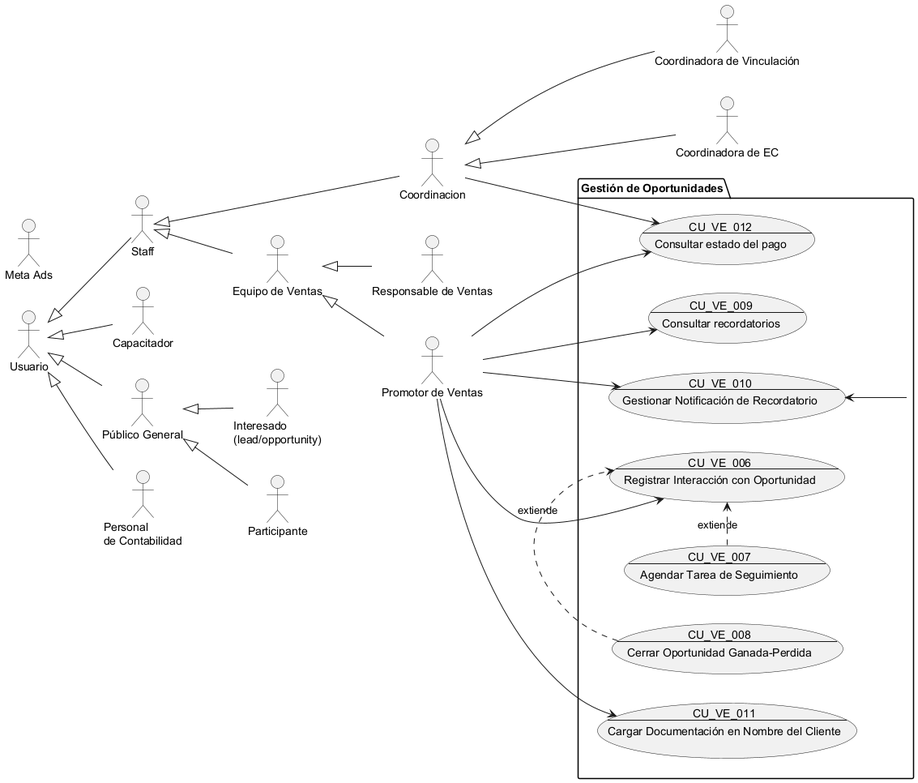
Earlier version of the PlantUML export Docs/Requerimientos/Diagramas/img/Gestión de Oportunidades.png (Proyectos-Vinculacion-FMAT/ECFCA).
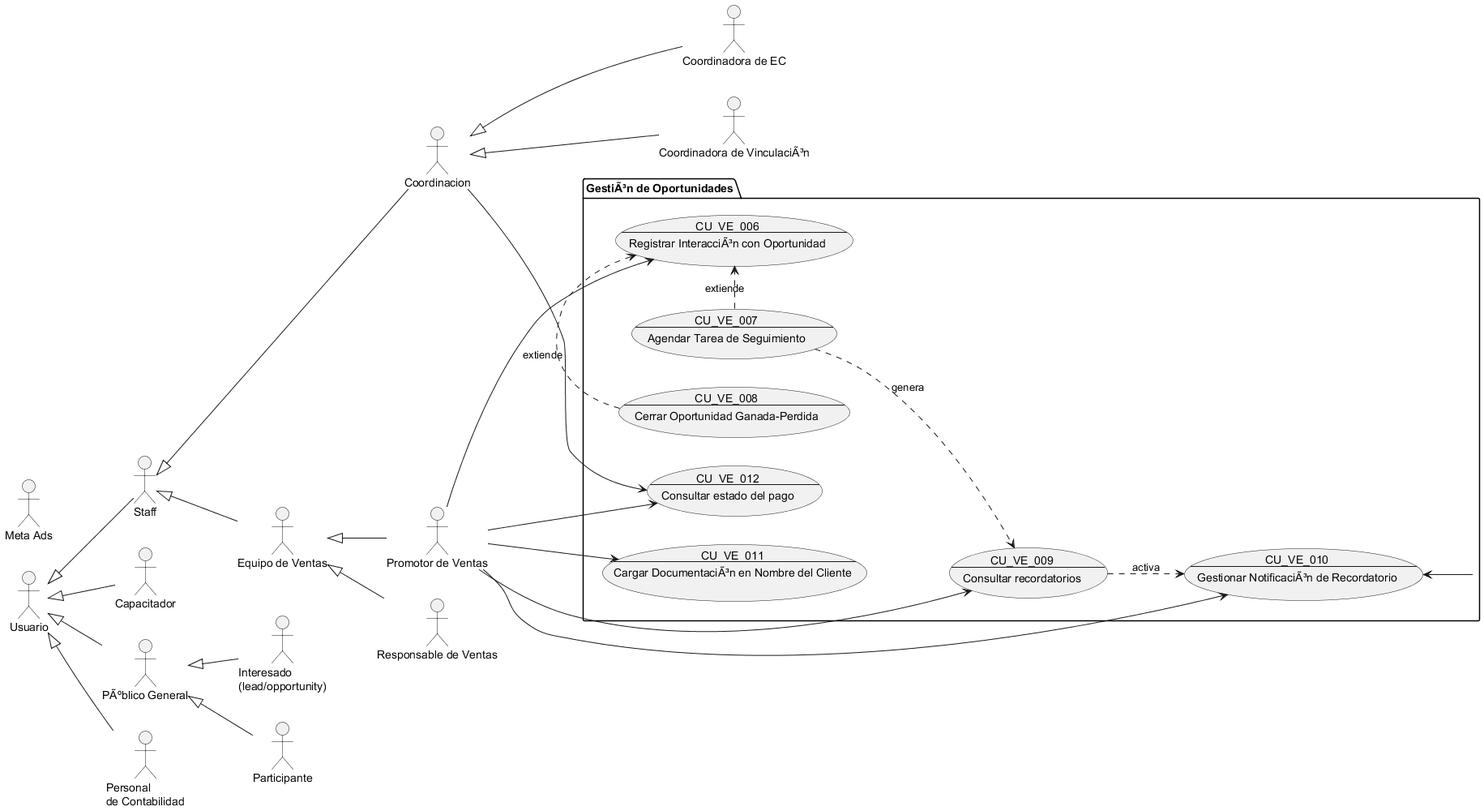
The same file after the commit.

The edit, as a diff of the source:
```diff
@@ -1,16 +1,26 @@
-@startuml Gestión de Oportunidades
+@startuml GestiÃ³n de Oportunidades
 
 !include Actores.puml
 
-package "Gestión de Oportunidades" {
+package "GestiÃ³n de Oportunidades" {
     usecase CU_VE_006 as "
     CU_VE_006
     ---
-    Registrar Interacción con Oportunidad"
+    Registrar InteracciÃ³n con Oportunidad"
+
     usecase CU_VE_007 as "
     CU_VE_007
     ---
     Agendar Tarea de Seguimiento"
+    usecase CU_VE_009 as "
+    CU_VE_009
+    ---
+    Consultar recordatorios"
+    usecase CU_VE_010 as "
+    CU_VE_010
+    ---
+    Gestionar NotificaciÃ³n de Recordatorio"
+
     usecase CU_VE_008 as "
     CU_VE_008
     ---
@@ -18,36 +28,26 @@
     usecase CU_VE_011 as "
     CU_VE_011
     ---
-    Cargar Documentación en Nombre del Cliente"
+    Cargar DocumentaciÃ³n en Nombre del Cliente"
     usecase CU_VE_012 as "
     CU_VE_012
     ---
     Consultar estado del pago"
-
-    usecase CU_VE_009 as "
-    CU_VE_009
-    ---
-    Consultar recordatorios"
-    usecase CU_VE_010 as "
-    CU_VE_010
-    ---
-    Gestionar Notificación de Recordatorio"
 }
 
-
-
 promotor_ventas --> CU_VE_006
-
-
 promotor_ventas --> CU_VE_011
 promotor_ventas --> CU_VE_012
+promotor_ventas --> CU_VE_009
+promotor_ventas --> CU_VE_010
+
 Coordinacion --> CU_VE_012
-promotor_ventas --> CU_VE_009
-CU_VE_010 <-- "Gestión de Oportunidades"
-promotor_ventas --> CU_VE_010
+
+CU_VE_010 <-- "GestiÃ³n de Oportunidades"
 
 CU_VE_007 .> CU_VE_006 : extiende
 CU_VE_008 .> CU_VE_006 : extiende
-
+CU_VE_007 ..> CU_VE_009 : genera
+CU_VE_009 ..> CU_VE_010 : activa
 
 @enduml
```
